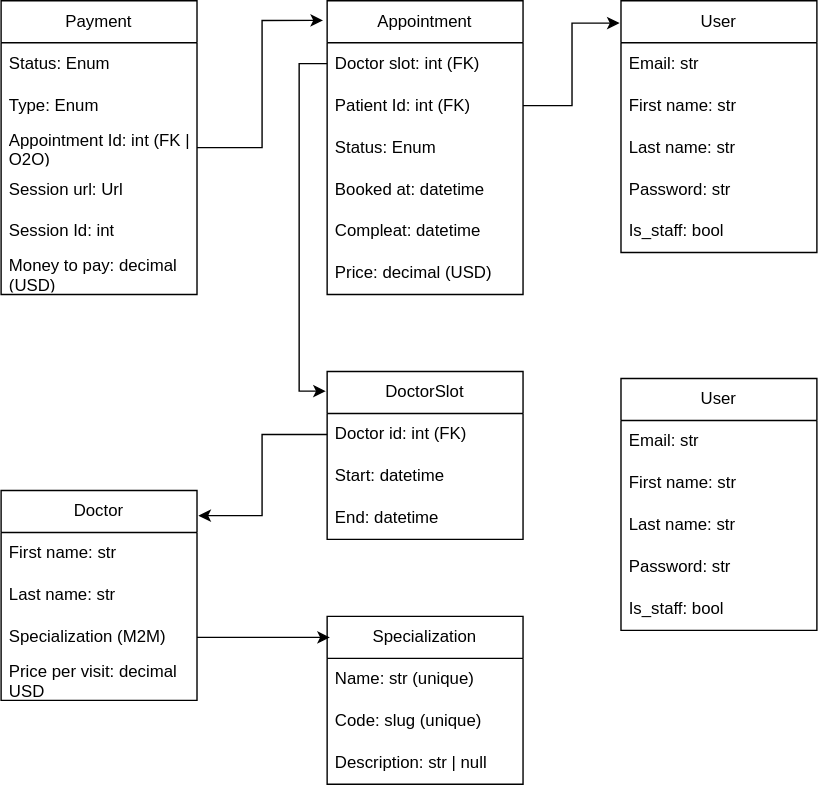
Earlier version of the draw.io export Models_schema.svg (Vorongor/Clinic-Appointment-Service). Source tidied: cells renumbered, new cells last; positions are measured from the earlier drawing's top-left corner, leaving out a move shared by most shapes.
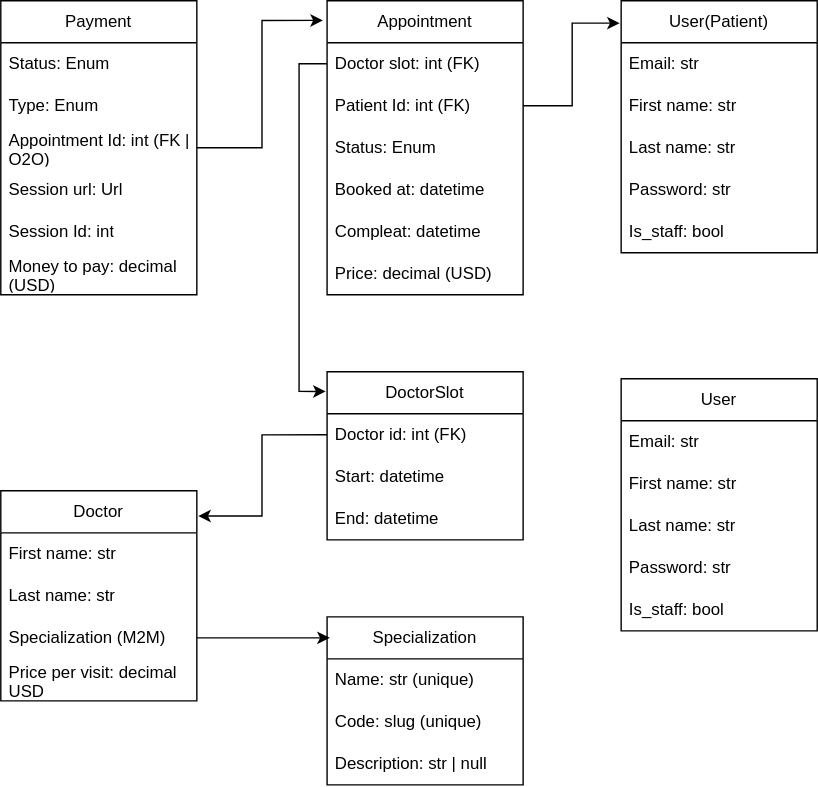
After the commit.

The edit, as a diff of the source:
```diff
@@ -41,7 +41,7 @@
     <mxCell id="14" value="End: datetime" style="text;strokeColor=none;fillColor=none;align=left;verticalAlign=middle;spacingLeft=4;spacingRight=4;overflow=hidden;whiteSpace=wrap;html=1;" parent="11" vertex="1">
       <mxGeometry y="90" width="140" height="30" as="geometry" />
     </mxCell>
-    <mxCell id="15" value="User" style="swimlane;fontStyle=0;horizontal=1;startSize=30;whiteSpace=wrap;html=1;" parent="1" vertex="1">
+    <mxCell id="15" value="User(Patient)" style="swimlane;fontStyle=0;horizontal=1;startSize=30;whiteSpace=wrap;html=1;" parent="1" vertex="1">
       <mxGeometry x="443" width="140" height="180" as="geometry" />
     </mxCell>
     <mxCell id="16" value="Email: str" style="text;strokeColor=none;fillColor=none;align=left;verticalAlign=middle;spacingLeft=4;spacingRight=4;overflow=hidden;whiteSpace=wrap;html=1;" parent="15" vertex="1">
```
